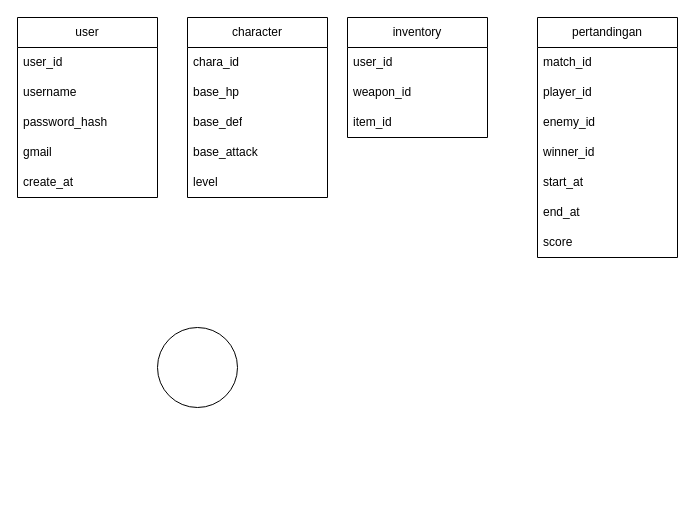
This is Diagram Tanpa Judul.drawio from sanusiamir/uas_blogs, a draw.io file, before an edit. Source tidied: cells renumbered, new cells numbered last; positions are measured from the earlier drawing's top-left corner, leaving out a move shared by most shapes. Both pictures are drawn from the tidied source at 100%, with x=0, y=0 at pixel (17, 17).
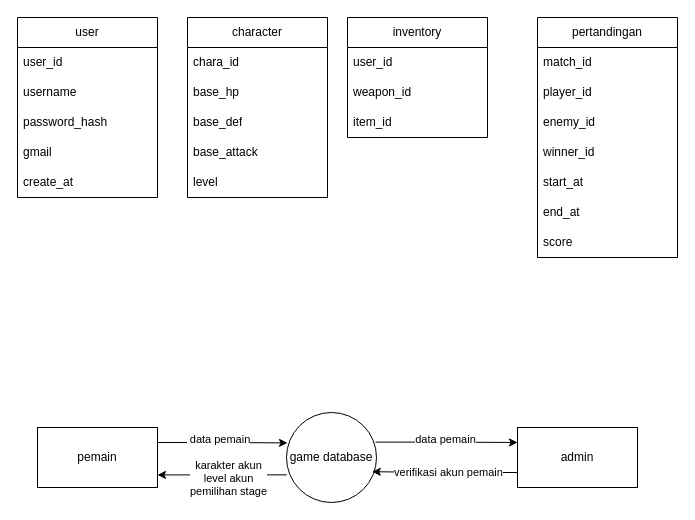
After the change.

Change to the diagram source:
```diff
@@
+    <mxCell id="27" style="edgeStyle=orthogonalEdgeStyle;rounded=0;jettySize=auto;html=1;entryX=0;entryY=0.25;entryDx=0;entryDy=0;exitX=0.989;exitY=0.329;exitDx=0;exitDy=0;exitPerimeter=0;" parent="1" edge="1" source="2" target="34">
+      <mxGeometry relative="1" as="geometry" />
+    </mxCell>
+    <mxCell id="28" value="data pemain" style="edgeLabel;html=1;align=center;verticalAlign=middle;" parent="27" vertex="1">
+      <mxGeometry x="0.01" y="2" relative="1" as="geometry">
+        <mxPoint x="-2" y="-2" as="offset" />
+      </mxGeometry>
+    </mxCell>
+    <mxCell id="29" style="edgeStyle=orthogonalEdgeStyle;rounded=0;jettySize=auto;html=1;exitX=0.002;exitY=0.693;exitDx=0;exitDy=0;entryX=1;entryY=0.79;entryDx=0;entryDy=0;exitPerimeter=0;entryPerimeter=0;" parent="1" edge="1" source="2" target="33">
+      <mxGeometry relative="1" as="geometry" />
+    </mxCell>
+    <mxCell id="30" value="karakter akun&lt;div&gt;level akun&lt;/div&gt;&lt;div&gt;pemilihan stage&lt;/div&gt;" style="edgeLabel;html=1;align=center;verticalAlign=middle;" parent="29" vertex="1">
+      <mxGeometry x="-0.15" y="3" relative="1" as="geometry">
+        <mxPoint x="-4" as="offset" />
+      </mxGeometry>
+    </mxCell>
-    <mxCell id="2" style="ellipse;whiteSpace=wrap;html=1;" parent="1" vertex="1">
-      <mxGeometry x="140" y="310" width="80" height="80" as="geometry" />
+    <mxCell id="2" value="game database" style="ellipse;whiteSpace=wrap;html=1;" parent="1" vertex="1">
+      <mxGeometry x="269" y="395" width="90" height="90" as="geometry" />
     </mxCell>
@@
+    <mxCell id="31" style="edgeStyle=orthogonalEdgeStyle;rounded=0;jettySize=auto;html=1;entryX=0.011;entryY=0.338;entryDx=0;entryDy=0;exitX=1;exitY=0.25;exitDx=0;exitDy=0;entryPerimeter=0;" parent="1" edge="1" source="33" target="2">
+      <mxGeometry relative="1" as="geometry" />
+    </mxCell>
+    <mxCell id="32" value="&amp;nbsp;data pemain" style="edgeLabel;html=1;align=center;verticalAlign=middle;" parent="31" vertex="1">
+      <mxGeometry x="-0.08" y="4" relative="1" as="geometry" />
+    </mxCell>
+    <mxCell id="33" value="pemain" style="rounded=0;whiteSpace=wrap;html=1;" parent="1" vertex="1">
+      <mxGeometry x="20" y="410" width="120" height="60" as="geometry" />
+    </mxCell>
+    <mxCell id="34" value="admin" style="rounded=0;whiteSpace=wrap;html=1;" parent="1" vertex="1">
+      <mxGeometry x="500" y="410" width="120" height="60" as="geometry" />
+    </mxCell>
+    <mxCell id="35" style="edgeStyle=orthogonalEdgeStyle;rounded=0;jettySize=auto;html=1;exitX=0;exitY=0.75;exitDx=0;exitDy=0;entryX=0.953;entryY=0.658;entryDx=0;entryDy=0;entryPerimeter=0;" parent="1" edge="1" source="34" target="2">
+      <mxGeometry relative="1" as="geometry" />
+    </mxCell>
+    <mxCell id="36" value="verifikasi akun pemain" style="edgeLabel;html=1;align=center;verticalAlign=middle;" parent="35" vertex="1">
+      <mxGeometry x="-0.19" y="-1" relative="1" as="geometry">
+        <mxPoint x="-11" as="offset" />
+      </mxGeometry>
+    </mxCell>
```
